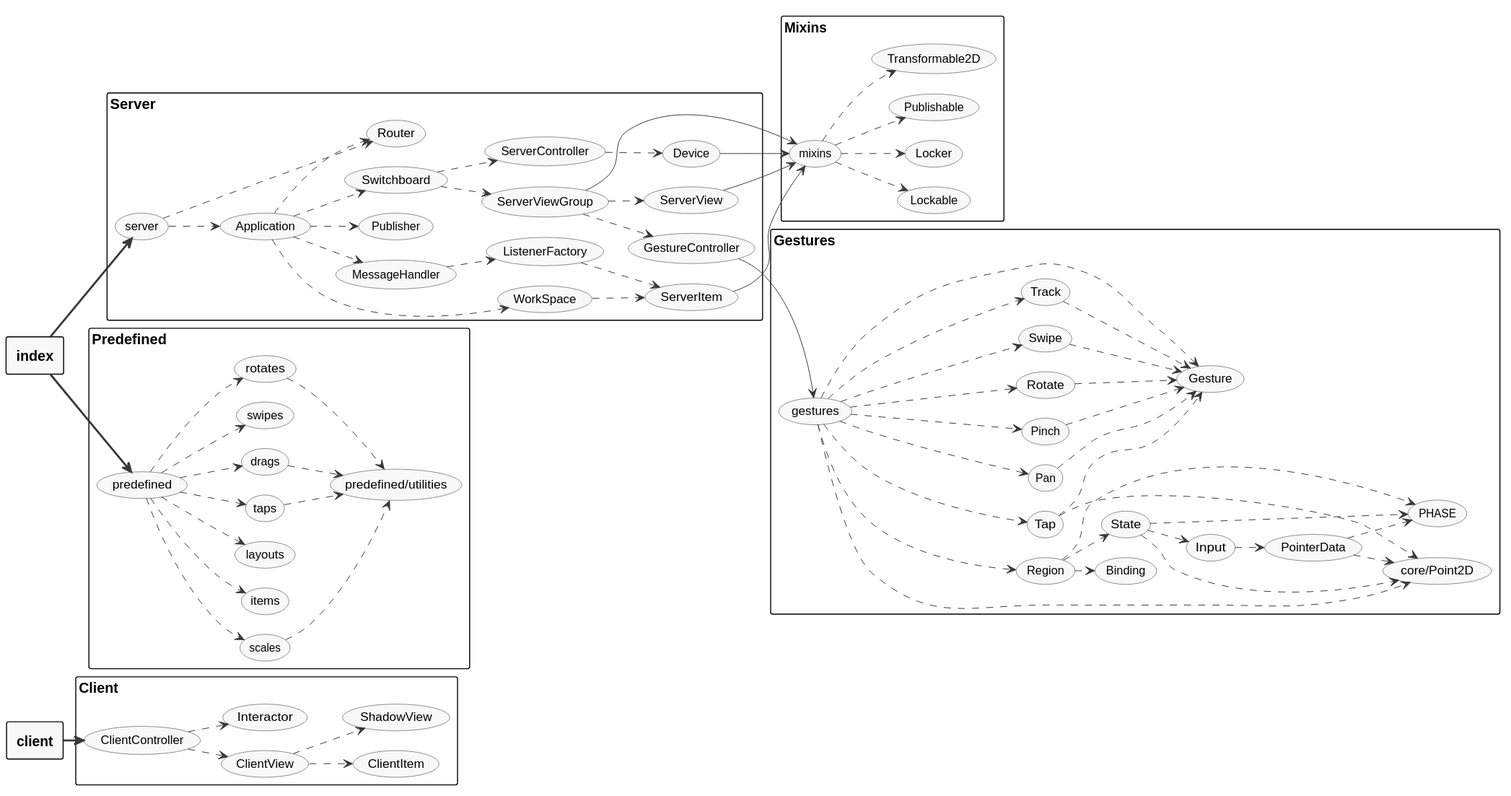
Before: arkit.svg, a diagram exported from PlantUML (hcilab/wams).
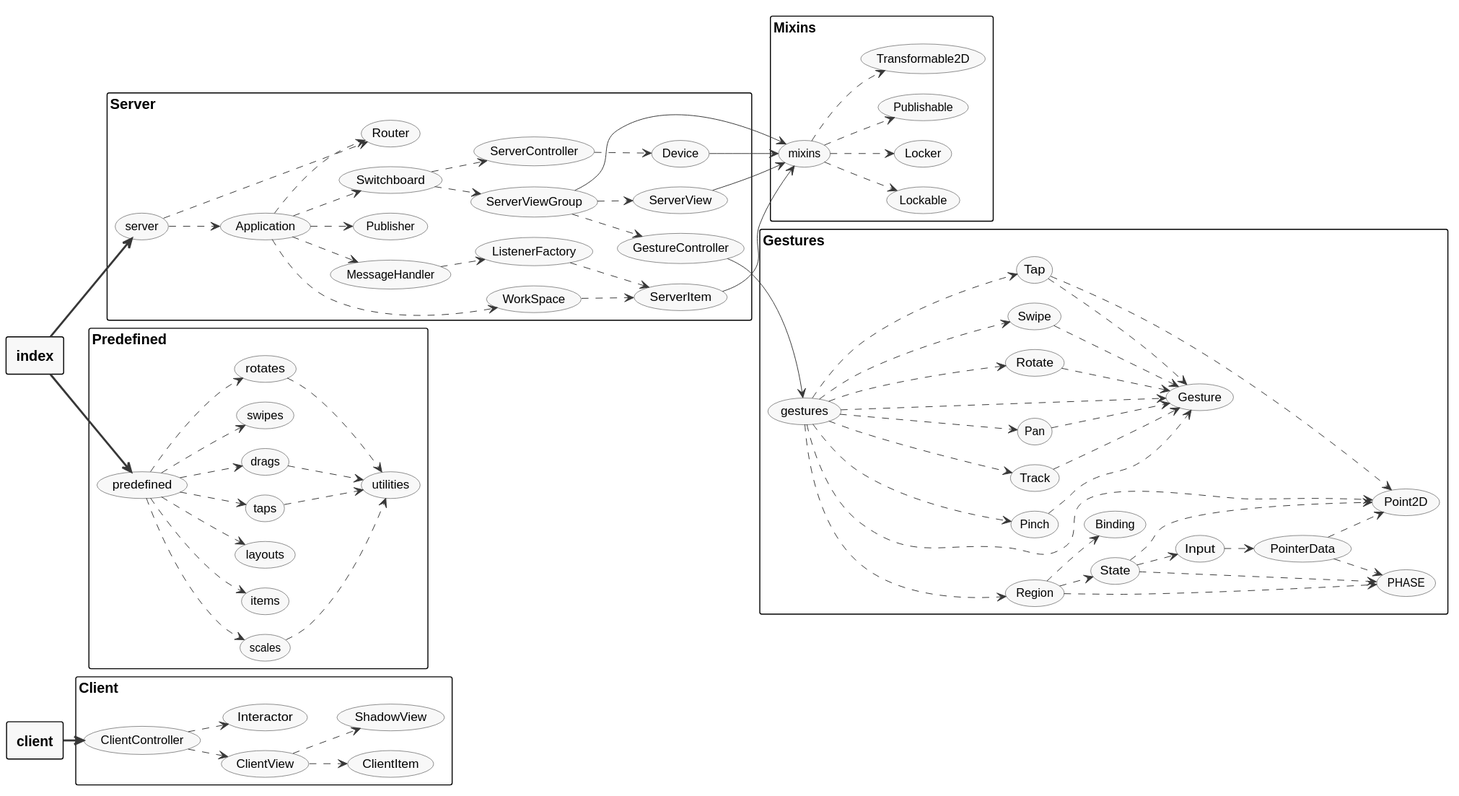
After the change.

Commit message:
Update arkit graph

Change to the diagram source:
```diff
@@ -56,11 +56,11 @@
   (items)
   (layouts)
   (predefined)
-  (predefined/utilities)
   (rotates)
   (scales)
   (swipes)
   (taps)
+  (utilities)
 }
 
 rectangle "Mixins" {
@@ -74,13 +74,13 @@
 
 rectangle "Gestures" {
   (Binding)
-  (core/Point2D)
   (Gesture)
   (gestures)
   (Input)
   (Pan)
   (PHASE)
   (Pinch)
+  (Point2D)
   (PointerData)
   (Region)
   (Rotate)
@@ -101,12 +101,12 @@
 (ClientView) ..> (ClientItem)
 (ClientView) ..> (ShadowView)
 (Device) --> (mixins)
-(drags) ..> (predefined/utilities)
+(drags) ..> (utilities)
 (GestureController) --> (gestures)
-(gestures) ...> (core/Point2D)
 (gestures) ...> (Gesture)
 (gestures) ...> (Pan)
 (gestures) ...> (Pinch)
+(gestures) ...> (Point2D)
 (gestures) ...> (Region)
 (gestures) ...> (Rotate)
 (gestures) ...> (Swipe)
@@ -123,8 +123,8 @@
 (mixins) ..> (Transformable2D)
 (Pan) ...> (Gesture)
 (Pinch) ...> (Gesture)
-(PointerData) ..> (core/Point2D)
 (PointerData) ..> (PHASE)
+(PointerData) ..> (Point2D)
 (predefined) ..> (drags)
 (predefined) ..> (items)
 (predefined) ..> (layouts)
@@ -136,8 +136,8 @@
 (Region) ..> (PHASE)
 (Region) ..> (State)
 (Rotate) ...> (Gesture)
-(rotates) ..> (predefined/utilities)
-(scales) ..> (predefined/utilities)
+(rotates) ..> (utilities)
+(scales) ..> (utilities)
 (server) ..> (Application)
 (server) ..> (Router)
 (ServerController) ..> (Device)
@@ -146,15 +146,15 @@
 (ServerViewGroup) ..> (GestureController)
 (ServerViewGroup) --> (mixins)
 (ServerViewGroup) ..> (ServerView)
-(State) ..> (core/Point2D)
 (State) ..> (Input)
 (State) ..> (PHASE)
+(State) ..> (Point2D)
 (Swipe) ...> (Gesture)
 (Switchboard) ..> (ServerController)
 (Switchboard) ..> (ServerViewGroup)
-(Tap) ...> (core/Point2D)
 (Tap) ...> (Gesture)
-(taps) ..> (predefined/utilities)
+(Tap) ...> (Point2D)
+(taps) ..> (utilities)
 (Track) ...> (Gesture)
 (WorkSpace) ..> (ServerItem)
 @enduml
```
